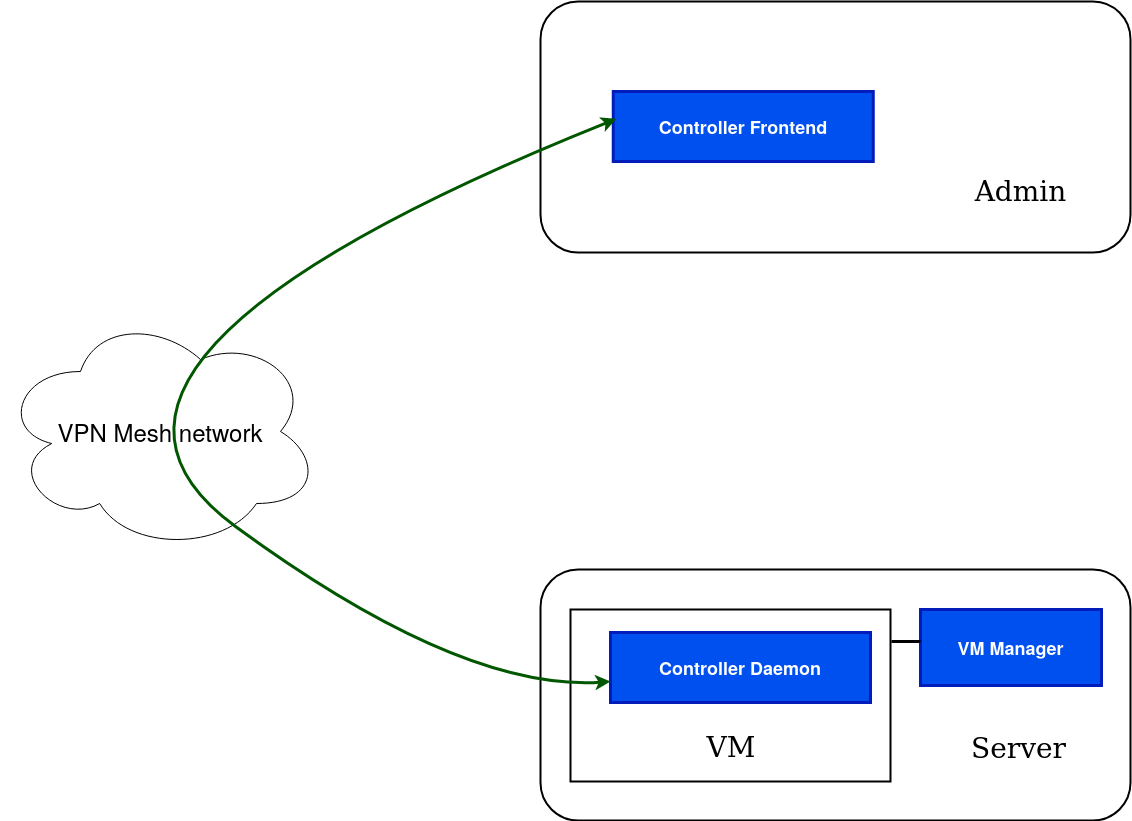
The draw.io diagram vm-controller.drawio.png in clan-lol/clan-docs, before a commit. Source tidied: cells renumbered, new cells last; positions are measured from the earlier drawing's top-left corner, leaving out a move shared by most shapes.
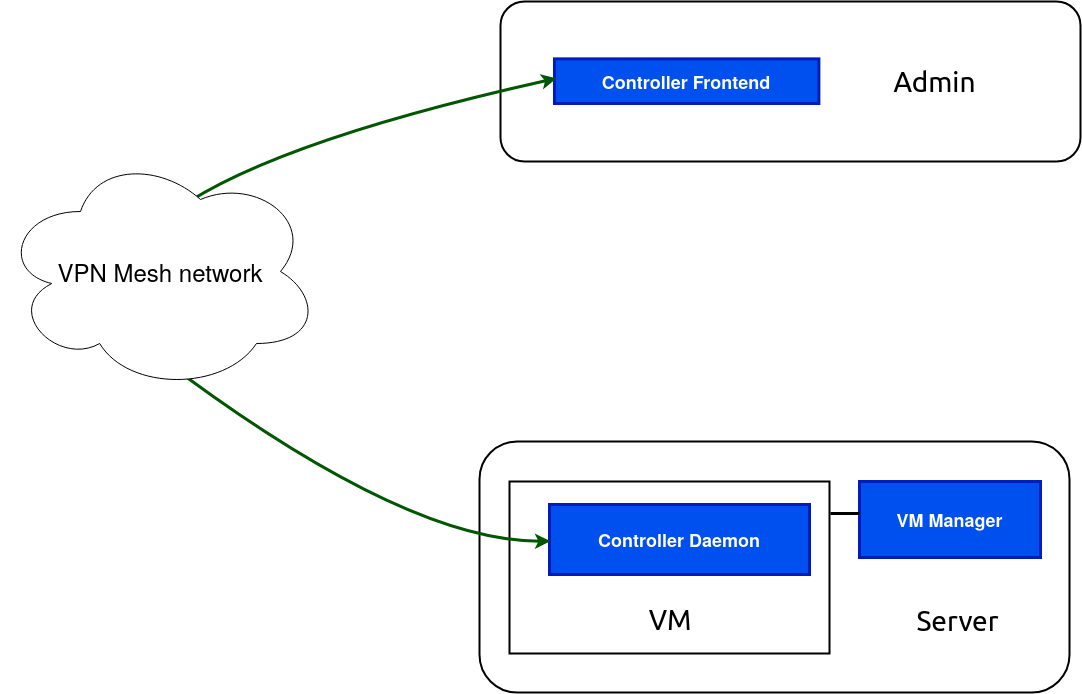
The same diagram one commit later.

Change to the diagram source:
```diff
@@ -2,56 +2,58 @@
   <root>
     <mxCell id="0" />
     <mxCell id="1" value="Connector" parent="0" />
-    <mxCell id="2" value="&lt;font style=&quot;font-size: 24px;&quot;&gt;VPN Mesh network&lt;/font&gt;" style="ellipse;shape=cloud;whiteSpace=wrap;html=1;" parent="1" vertex="1">
-      <mxGeometry y="310" width="320" height="240" as="geometry" />
-    </mxCell>
     <mxCell id="3" style="group;" parent="1" vertex="1">
-      <mxGeometry x="421" y="568" width="709" height="251" as="geometry" />
+      <mxGeometry x="410" y="590" width="709" height="251" as="geometry" />
     </mxCell>
+    <mxCell id="16" style="group;" parent="3" vertex="1">
+      <mxGeometry x="119" width="590" height="251" as="geometry" />
+    </mxCell>
-    <mxCell id="4" style="rounded=1;whiteSpace=wrap;html=1;hachureGap=4;strokeWidth=2;" parent="3" vertex="1">
-      <mxGeometry x="119" width="590" height="251" as="geometry" />
+    <mxCell id="4" style="rounded=1;whiteSpace=wrap;html=1;hachureGap=4;strokeWidth=2;" parent="16" vertex="1">
+      <mxGeometry width="590" height="251" as="geometry" />
     </mxCell>
-    <mxCell id="5" style="verticalAlign=middle;align=center;vsdxID=5;shape=(stored shape, 160 characters);strokeWidth=2;labelBackgroundColor=none;rounded=0;html=1;whiteSpace=wrap;" parent="3" vertex="1">
-      <mxGeometry x="149" y="40" width="320" height="172" as="geometry" />
+    <mxCell id="5" style="verticalAlign=middle;align=center;vsdxID=5;shape=(stored shape, 160 characters);strokeWidth=2;labelBackgroundColor=none;rounded=0;html=1;whiteSpace=wrap;" parent="16" vertex="1">
+      <mxGeometry x="30" y="40" width="320" height="172" as="geometry" />
     </mxCell>
-    <mxCell id="6" value="&lt;font style=&quot;font-size: 22px; font-family: &amp;quot;calibri&amp;quot;; color: rgb(0, 0, 0); direction: ltr; letter-spacing: 0px; line-height: 120%; opacity: 1; --darkreader-inline-color: #e8e6e3;&quot;&gt;&lt;font style=&quot;font-size: 28px&quot;&gt;VM&lt;br&gt;&lt;/font&gt;&lt;/font&gt;" style="verticalAlign=middle;align=center;vsdxID=19;fillColor=none;gradientColor=none;shape=(stored shape, 160 characters);strokeColor=none;labelBackgroundColor=none;rounded=0;html=1;whiteSpace=wrap;" parent="3" vertex="1">
-      <mxGeometry x="150" y="152" width="320" height="53" as="geometry" />
+    <mxCell id="6" value="&lt;font style=&quot;font-size: 22px; font-family: &amp;quot;calibri&amp;quot;; color: rgb(0, 0, 0); direction: ltr; letter-spacing: 0px; line-height: 120%; opacity: 1; --darkreader-inline-color: #e8e6e3;&quot;&gt;&lt;font style=&quot;font-size: 28px&quot;&gt;VM&lt;br&gt;&lt;/font&gt;&lt;/font&gt;" style="verticalAlign=middle;align=center;vsdxID=19;fillColor=none;gradientColor=none;shape=(stored shape, 160 characters);strokeColor=none;labelBackgroundColor=none;rounded=0;html=1;whiteSpace=wrap;" parent="16" vertex="1">
+      <mxGeometry x="31" y="152" width="320" height="53" as="geometry" />
     </mxCell>
-    <mxCell id="7" value="&lt;font style=&quot;font-size: 28px; font-family: Calibri; color: rgb(0, 0, 0); direction: ltr; letter-spacing: 0px; line-height: 120%; opacity: 1; --darkreader-inline-color: #e8e6e3;&quot;&gt;Server&lt;br&gt;&lt;/font&gt;" style="verticalAlign=middle;align=center;vsdxID=20;fillColor=none;gradientColor=none;shape=(stored shape, 160 characters);strokeColor=none;labelBackgroundColor=none;rounded=0;html=1;whiteSpace=wrap;" parent="3" vertex="1">
-      <mxGeometry x="535" y="152" width="125" height="53" as="geometry" />
+    <mxCell id="7" value="&lt;font style=&quot;font-size: 28px; font-family: Calibri; color: rgb(0, 0, 0); direction: ltr; letter-spacing: 0px; line-height: 120%; opacity: 1; --darkreader-inline-color: #e8e6e3;&quot;&gt;Server&lt;br&gt;&lt;/font&gt;" style="verticalAlign=middle;align=center;vsdxID=20;fillColor=none;gradientColor=none;shape=(stored shape, 160 characters);strokeColor=none;labelBackgroundColor=none;rounded=0;html=1;whiteSpace=wrap;" parent="16" vertex="1">
+      <mxGeometry x="416" y="152" width="125" height="53" as="geometry" />
     </mxCell>
-    <mxCell id="8" value="&lt;h2&gt;Controller Daemon&lt;/h2&gt;" style="vsdxID=12;fillColor=#0050ef;shape=(stored shape, 160 characters);strokeColor=#001DBC;strokeWidth=3;labelBackgroundColor=none;rounded=0;html=1;whiteSpace=wrap;fontColor=#ffffff;" parent="3" vertex="1">
-      <mxGeometry x="189" y="63" width="260" height="70" as="geometry" />
+    <mxCell id="8" value="&lt;h2&gt;Controller Daemon&lt;/h2&gt;" style="vsdxID=12;fillColor=#0050ef;shape=(stored shape, 160 characters);strokeColor=#001DBC;strokeWidth=3;labelBackgroundColor=none;rounded=0;html=1;whiteSpace=wrap;fontColor=#ffffff;" parent="16" vertex="1">
+      <mxGeometry x="70" y="63" width="260" height="70" as="geometry" />
     </mxCell>
-    <mxCell id="9" value="&lt;h2&gt;VM Manager&lt;br&gt;&lt;/h2&gt;" style="vsdxID=14;fillColor=#0050ef;shape=(stored shape, 160 characters);strokeColor=#001DBC;strokeWidth=3;labelBackgroundColor=none;rounded=0;html=1;whiteSpace=wrap;fontColor=#ffffff;" parent="3" vertex="1">
-      <mxGeometry x="499" y="40" width="181" height="76" as="geometry" />
+    <mxCell id="9" value="&lt;h2&gt;VM Manager&lt;br&gt;&lt;/h2&gt;" style="vsdxID=14;fillColor=#0050ef;shape=(stored shape, 160 characters);strokeColor=#001DBC;strokeWidth=3;labelBackgroundColor=none;rounded=0;html=1;whiteSpace=wrap;fontColor=#ffffff;" parent="16" vertex="1">
+      <mxGeometry x="380" y="40" width="181" height="76" as="geometry" />
     </mxCell>
-    <mxCell id="10" style="vsdxID=48;edgeStyle=none;startArrow=none;endArrow=none;startSize=5;endSize=5;strokeWidth=3;strokeColor=#000000;spacingTop=0;spacingBottom=0;spacingLeft=0;spacingRight=0;verticalAlign=middle;html=1;labelBackgroundColor=#ffffff;rounded=0;entryX=0.995;entryY=0.269;entryDx=0;entryDy=0;entryPerimeter=0;" parent="3" edge="1">
+    <mxCell id="10" style="vsdxID=48;edgeStyle=none;startArrow=none;endArrow=none;startSize=5;endSize=5;strokeWidth=3;strokeColor=#000000;spacingTop=0;spacingBottom=0;spacingLeft=0;spacingRight=0;verticalAlign=middle;html=1;labelBackgroundColor=#ffffff;rounded=0;entryX=0.995;entryY=0.269;entryDx=0;entryDy=0;entryPerimeter=0;" parent="16" edge="1">
       <mxGeometry relative="1" as="geometry">
-        <mxPoint x="499" y="72" as="sourcePoint" />
-        <mxPoint x="470" y="72" as="targetPoint" />
+        <mxPoint x="380" y="72" as="sourcePoint" />
+        <mxPoint x="351" y="72" as="targetPoint" />
       </mxGeometry>
     </mxCell>
     <mxCell id="11" style="group;" parent="1" vertex="1">
-      <mxGeometry x="540" width="590" height="251" as="geometry" />
+      <mxGeometry x="530" y="150" width="600" height="160" as="geometry" />
     </mxCell>
     <mxCell id="12" style="rounded=1;whiteSpace=wrap;html=1;hachureGap=4;strokeWidth=2;" parent="11" vertex="1">
-      <mxGeometry width="590" height="251" as="geometry" />
+      <mxGeometry x="20" width="580" height="160" as="geometry" />
     </mxCell>
     <mxCell id="13" value="&lt;font style=&quot;font-size: 28px; font-family: &amp;quot;calibri&amp;quot;; color: rgb(0, 0, 0); direction: ltr; letter-spacing: 0px; line-height: 120%; opacity: 1; --darkreader-inline-color: #e8e6e3;&quot;&gt;Admin&lt;br&gt;&lt;/font&gt;" style="verticalAlign=middle;align=center;vsdxID=28;fillColor=none;gradientColor=none;shape=(stored shape, 160 characters);strokeColor=none;labelBackgroundColor=none;rounded=0;html=1;whiteSpace=wrap;" parent="11" vertex="1">
-      <mxGeometry x="413" y="140" width="135" height="99" as="geometry" />
+      <mxGeometry x="386.4" y="48.1" width="137.3" height="63.1" as="geometry" />
     </mxCell>
     <mxCell id="14" value="&lt;h2&gt;Controller Frontend&lt;br&gt;&lt;/h2&gt;" style="vsdxID=12;fillColor=#0050ef;shape=(stored shape, 160 characters);strokeColor=#001DBC;strokeWidth=3;labelBackgroundColor=none;rounded=0;html=1;whiteSpace=wrap;fontColor=#ffffff;" parent="11" vertex="1">
-      <mxGeometry x="72.8" y="90" width="260" height="70" as="geometry" />
+      <mxGeometry x="74" y="57.4" width="264.4" height="44.6" as="geometry" />
     </mxCell>
-    <mxCell id="15" style="curved=1;endArrow=classic;html=1;rounded=0;entryX=0.012;entryY=0.39;entryDx=0;entryDy=0;entryPerimeter=0;strokeWidth=3;startArrow=classic;startFill=1;fillColor=#008a00;strokeColor=#005700;" parent="1" edge="1" target="14">
+    <mxCell id="15" style="curved=1;endArrow=classic;html=1;rounded=0;strokeWidth=3;startArrow=classic;startFill=1;fillColor=#008a00;strokeColor=#005700;exitX=0.003;exitY=0.524;exitDx=0;exitDy=0;exitPerimeter=0;entryX=0.008;entryY=0.437;entryDx=0;entryDy=0;entryPerimeter=0;" parent="1" edge="1" source="8" target="14">
       <mxGeometry relative="1" as="geometry">
-        <mxPoint x="610" y="680" as="sourcePoint" />
         <Array as="points">
           <mxPoint x="460" y="690" />
           <mxPoint x="10" y="360" />
         </Array>
       </mxGeometry>
     </mxCell>
+    <mxCell id="2" value="&lt;font style=&quot;font-size: 24px;&quot;&gt;VPN Mesh network&lt;/font&gt;" style="ellipse;shape=cloud;whiteSpace=wrap;html=1;" parent="1" vertex="1">
+      <mxGeometry x="50" y="300" width="320" height="240" as="geometry" />
+    </mxCell>
   </root>
 </mxGraphModel>
```
